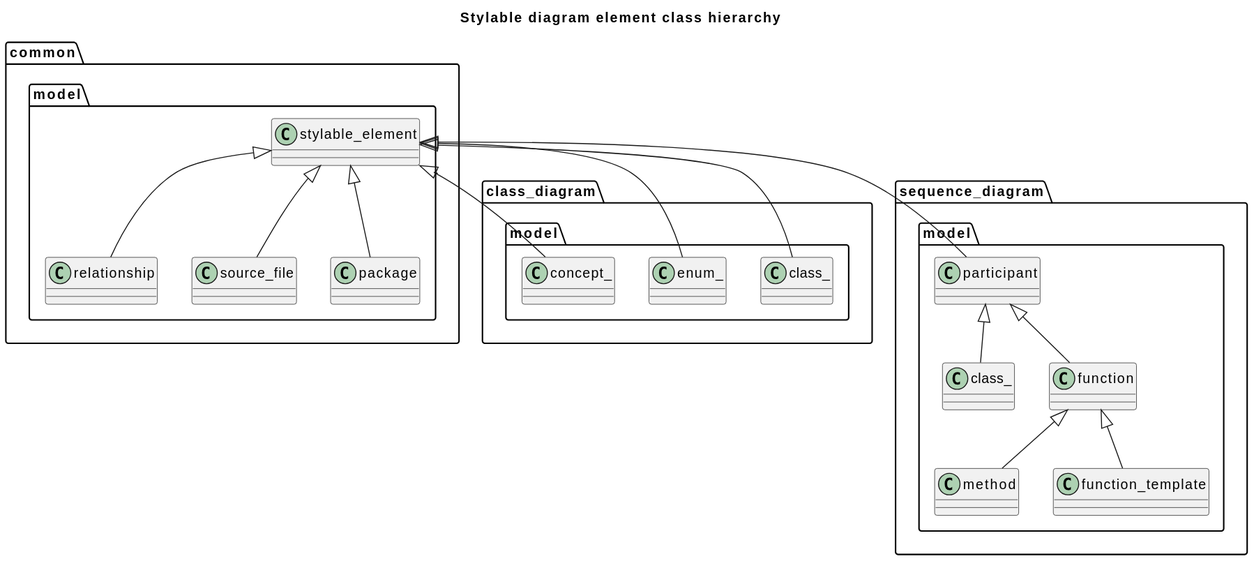
Earlier version of the PlantUML export clang-uml/diagrams/stylable_element_hierarchy_class.svg (bkryza/clang-uml-examples). Source of this version:
```plantuml
@startuml
title Stylable diagram element class hierarchy
package [common] as C_0000316605034920222648 {
package [model] as C_0000083721806430512831 {
class "stylable_element" as C_0002077846075979426940
class C_0002077846075979426940 [[classclanguml_1_1common_1_1model_1_1stylable__element.html{Diagram elements to which style can be applied.}]] {
__
}
class "relationship" as C_0002046336758797367926
class C_0002046336758797367926 [[classclanguml_1_1common_1_1model_1_1relationship.html{Class representing any relationship other than inheritance}]] {
__
}
class "source_file" as C_0000785714713072053129
class C_0000785714713072053129 [[classclanguml_1_1common_1_1model_1_1source__file.html{Diagram element representing some file or directory.}]] {
__
}
class "package" as C_0002143286684830686854
class C_0002143286684830686854 [[classclanguml_1_1common_1_1model_1_1package.html{Diagram element representing namespace or directory package}]] {
__
}
}
}
package [class_diagram] as C_0002240167036201725606 {
package [model] as C_0000897124234964432620 {
class "class_" as C_0001292034357466653182
class C_0001292034357466653182 [[classclanguml_1_1class__diagram_1_1model_1_1class__.html{Diagram element representing a class or class template.}]] {
__
}
class "enum_" as C_0000724392977093650506
class C_0000724392977093650506 [[classclanguml_1_1class__diagram_1_1model_1_1enum__.html{enum_}]] {
__
}
class "concept_" as C_0001374849051752224500
class C_0001374849051752224500 [[classclanguml_1_1class__diagram_1_1model_1_1concept__.html{Model of C++ concept.}]] {
__
}
}
}
package [sequence_diagram] as C_0001521862840957629236 {
package [model] as C_0002206969880830639264 {
class "participant" as C_0001400215772842495226
class C_0001400215772842495226 [[structclanguml_1_1sequence__diagram_1_1model_1_1participant.html{Base class for various types of sequence diagram participants}]] {
__
}
class "class_" as C_0000885514871619471610
class C_0000885514871619471610 [[structclanguml_1_1sequence__diagram_1_1model_1_1class__.html{Sequence diagram participant representing a class.}]] {
__
}
class "function" as C_0000232638456031681828
class C_0000232638456031681828 [[structclanguml_1_1sequence__diagram_1_1model_1_1function.html{Participant mode representing a free function.}]] {
__
}
class "method" as C_0000817665972547784504
class C_0000817665972547784504 [[structclanguml_1_1sequence__diagram_1_1model_1_1method.html{Participant model representing a method}]] {
__
}
class "function_template" as C_0002280191967493310558
class C_0002280191967493310558 [[structclanguml_1_1sequence__diagram_1_1model_1_1function__template.html{Participant model representing a function template.}]] {
__
}
}
}
C_0002077846075979426940 <|-- C_0002046336758797367926
C_0002077846075979426940 <|-- C_0000785714713072053129
C_0002077846075979426940 <|-- C_0002143286684830686854
C_0002077846075979426940 <|-- C_0001292034357466653182
C_0002077846075979426940 <|-- C_0000724392977093650506
C_0002077846075979426940 <|-- C_0001374849051752224500
C_0002077846075979426940 <|-- C_0001400215772842495226
C_0001400215772842495226 <|-- C_0000885514871619471610
C_0001400215772842495226 <|-- C_0000232638456031681828
C_0000232638456031681828 <|-- C_0000817665972547784504
C_0000232638456031681828 <|-- C_0002280191967493310558

@enduml
```
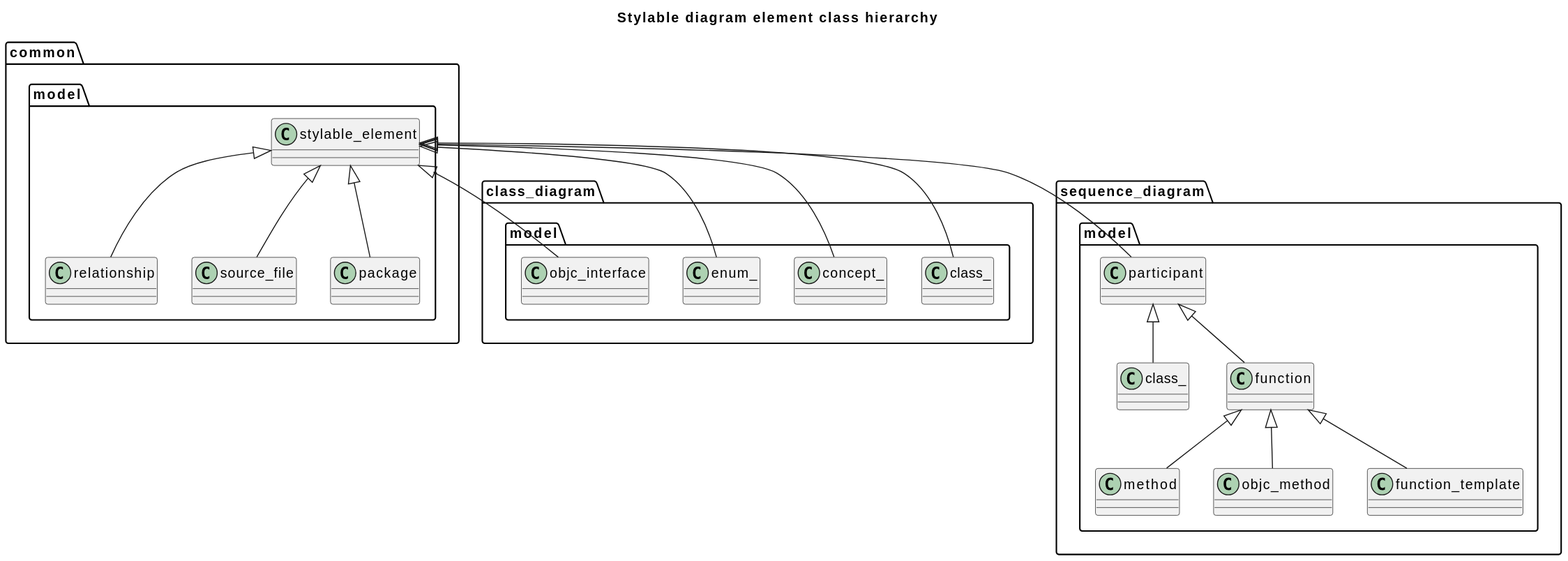
The same diagram one commit later.

What changed in the source:
```diff
@@ -1,75 +1,85 @@
 @startuml
 title Stylable diagram element class hierarchy
-package [common] as C_0000316605034920222648 {
-package [model] as C_0000083721806430512831 {
-class "stylable_element" as C_0002077846075979426940
-class C_0002077846075979426940 [[classclanguml_1_1common_1_1model_1_1stylable__element.html{Diagram elements to which style can be applied.}]] {
+package [common] as C_0002532840279361781187 {
+package [model] as C_0000669774451444102653 {
+class "stylable_element" as C_0016622768607835415521
+class C_0016622768607835415521 [[classclanguml_1_1common_1_1model_1_1stylable__element.html{Diagram elements to which style can be applied.}]] {
 __
 }
-class "relationship" as C_0002046336758797367926
-class C_0002046336758797367926 [[classclanguml_1_1common_1_1model_1_1relationship.html{Class representing any relationship other than inheritance}]] {
+class "relationship" as C_0016370694070378943411
+class C_0016370694070378943411 [[classclanguml_1_1common_1_1model_1_1relationship.html{Class representing any relationship other than inheritance}]] {
 __
 }
-class "source_file" as C_0000785714713072053129
-class C_0000785714713072053129 [[classclanguml_1_1common_1_1model_1_1source__file.html{Diagram element representing some file or directory.}]] {
+class "source_file" as C_0006285717704576425038
+class C_0006285717704576425038 [[classclanguml_1_1common_1_1model_1_1source__file.html{Diagram element representing some file or directory.}]] {
 __
 }
-class "package" as C_0002143286684830686854
-class C_0002143286684830686854 [[classclanguml_1_1common_1_1model_1_1package.html{Diagram element representing namespace or directory package}]] {
+class "package" as C_0017146293478645494837
+class C_0017146293478645494837 [[classclanguml_1_1common_1_1model_1_1package.html{Diagram element representing namespace or directory package}]] {
 __
 }
 }
 }
-package [class_diagram] as C_0002240167036201725606 {
-package [model] as C_0000897124234964432620 {
-class "class_" as C_0001292034357466653182
-class C_0001292034357466653182 [[classclanguml_1_1class__diagram_1_1model_1_1class__.html{Diagram element representing a class or class template.}]] {
+package [class_diagram] as C_0017921336289613804855 {
+package [model] as C_0007176993879715460962 {
+class "class_" as C_0010336274859733225462
+class C_0010336274859733225462 [[classclanguml_1_1class__diagram_1_1model_1_1class__.html{Diagram element representing a class or class template.}]] {
 __
 }
-class "enum_" as C_0000724392977093650506
-class C_0000724392977093650506 [[classclanguml_1_1class__diagram_1_1model_1_1enum__.html{enum_}]] {
+class "concept_" as C_0010998792414017796003
+class C_0010998792414017796003 [[classclanguml_1_1class__diagram_1_1model_1_1concept__.html{Model of C++ concept.}]] {
 __
 }
-class "concept_" as C_0001374849051752224500
-class C_0001374849051752224500 [[classclanguml_1_1class__diagram_1_1model_1_1concept__.html{Model of C++ concept.}]] {
+class "enum_" as C_0005795143816749204050
+class C_0005795143816749204050 [[classclanguml_1_1class__diagram_1_1model_1_1enum__.html{Diagram element representing an enum.}]] {
+__
+}
+class "objc_interface" as C_0010166346108406727066
+class C_0010166346108406727066 [[classclanguml_1_1class__diagram_1_1model_1_1objc__interface.html{Diagram element representing an ObjC interface.}]] {
 __
 }
 }
 }
-package [sequence_diagram] as C_0001521862840957629236 {
-package [model] as C_0002206969880830639264 {
-class "participant" as C_0001400215772842495226
-class C_0001400215772842495226 [[structclanguml_1_1sequence__diagram_1_1model_1_1participant.html{Base class for various types of sequence diagram participants}]] {
+package [sequence_diagram] as C_0012174902727661033893 {
+package [model] as C_0017655759046645114118 {
+class "participant" as C_0011201726182739961811
+class C_0011201726182739961811 [[structclanguml_1_1sequence__diagram_1_1model_1_1participant.html{Base class for various types of sequence diagram participants}]] {
 __
 }
-class "class_" as C_0000885514871619471610
-class C_0000885514871619471610 [[structclanguml_1_1sequence__diagram_1_1model_1_1class__.html{Sequence diagram participant representing a class.}]] {
+class "class_" as C_0007084118972955772881
+class C_0007084118972955772881 [[structclanguml_1_1sequence__diagram_1_1model_1_1class__.html{Sequence diagram participant representing a class.}]] {
 __
 }
-class "function" as C_0000232638456031681828
-class C_0000232638456031681828 [[structclanguml_1_1sequence__diagram_1_1model_1_1function.html{Participant mode representing a free function.}]] {
+class "function" as C_0001861107648253454629
+class C_0001861107648253454629 [[structclanguml_1_1sequence__diagram_1_1model_1_1function.html{Participant mode representing a free function.}]] {
 __
 }
-class "method" as C_0000817665972547784504
-class C_0000817665972547784504 [[structclanguml_1_1sequence__diagram_1_1model_1_1method.html{Participant model representing a method}]] {
+class "method" as C_0006541327780382276039
+class C_0006541327780382276039 [[structclanguml_1_1sequence__diagram_1_1model_1_1method.html{Participant model representing a method}]] {
 __
 }
-class "function_template" as C_0002280191967493310558
-class C_0002280191967493310558 [[structclanguml_1_1sequence__diagram_1_1model_1_1function__template.html{Participant model representing a function template.}]] {
+class "objc_method" as C_0013742559556936917396
+class C_0013742559556936917396 [[structclanguml_1_1sequence__diagram_1_1model_1_1objc__method.html{objc_method}]] {
+__
+}
+class "function_template" as C_0018241535739946484465
+class C_0018241535739946484465 [[structclanguml_1_1sequence__diagram_1_1model_1_1function__template.html{Participant model representing a function template.}]] {
 __
 }
 }
 }
-C_0002077846075979426940 <|-- C_0002046336758797367926
-C_0002077846075979426940 <|-- C_0000785714713072053129
-C_0002077846075979426940 <|-- C_0002143286684830686854
-C_0002077846075979426940 <|-- C_0001292034357466653182
-C_0002077846075979426940 <|-- C_0000724392977093650506
-C_0002077846075979426940 <|-- C_0001374849051752224500
-C_0002077846075979426940 <|-- C_0001400215772842495226
-C_0001400215772842495226 <|-- C_0000885514871619471610
-C_0001400215772842495226 <|-- C_0000232638456031681828
-C_0000232638456031681828 <|-- C_0000817665972547784504
-C_0000232638456031681828 <|-- C_0002280191967493310558
+C_0016622768607835415521 <|-- C_0016370694070378943411
+C_0016622768607835415521 <|-- C_0006285717704576425038
+C_0016622768607835415521 <|-- C_0017146293478645494837
+C_0016622768607835415521 <|-- C_0010336274859733225462
+C_0016622768607835415521 <|-- C_0010998792414017796003
+C_0016622768607835415521 <|-- C_0005795143816749204050
+C_0016622768607835415521 <|-- C_0010166346108406727066
+C_0016622768607835415521 <|-- C_0011201726182739961811
+C_0011201726182739961811 <|-- C_0007084118972955772881
+C_0011201726182739961811 <|-- C_0001861107648253454629
+C_0001861107648253454629 <|-- C_0006541327780382276039
+C_0001861107648253454629 <|-- C_0013742559556936917396
+C_0001861107648253454629 <|-- C_0018241535739946484465
 
 @enduml
```
